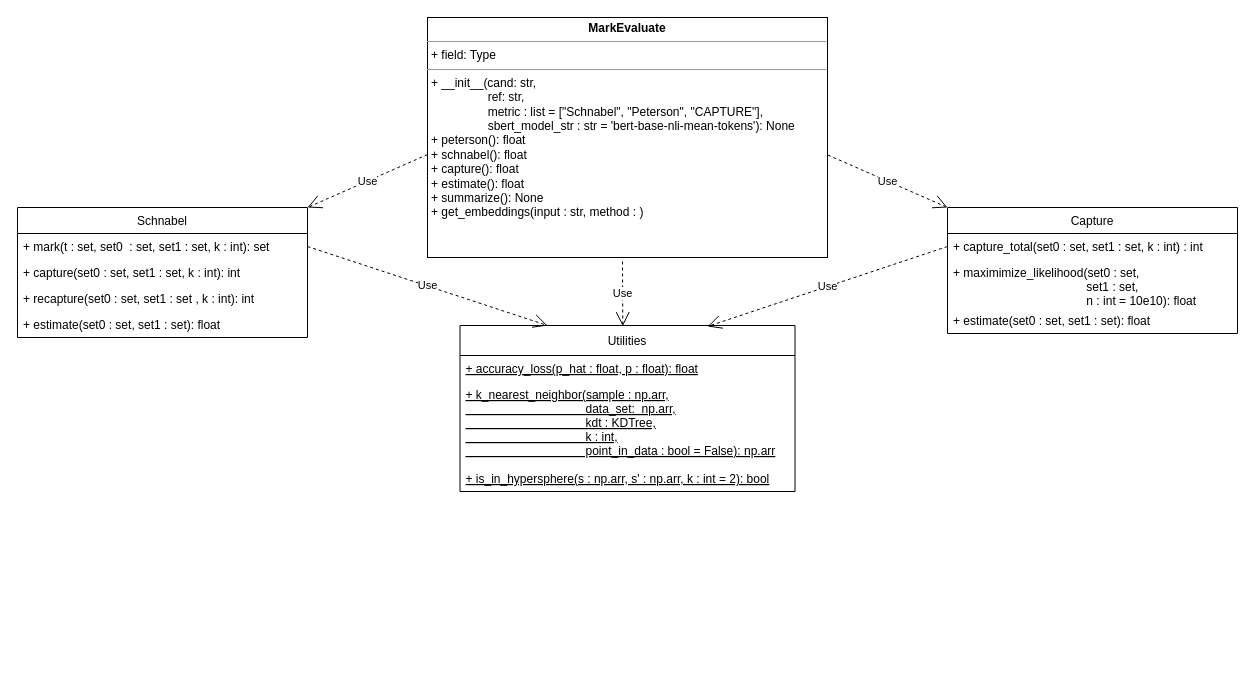
This is MarkEvaluate.drawio from LazerLambda/ME, a draw.io file, before an edit. Source tidied: cells renumbered, new cells numbered last; positions are measured from the earlier drawing's top-left corner, leaving out a move shared by most shapes. Both pictures are drawn from the tidied source at 100%, with x=0, y=0 at pixel (17, 17).
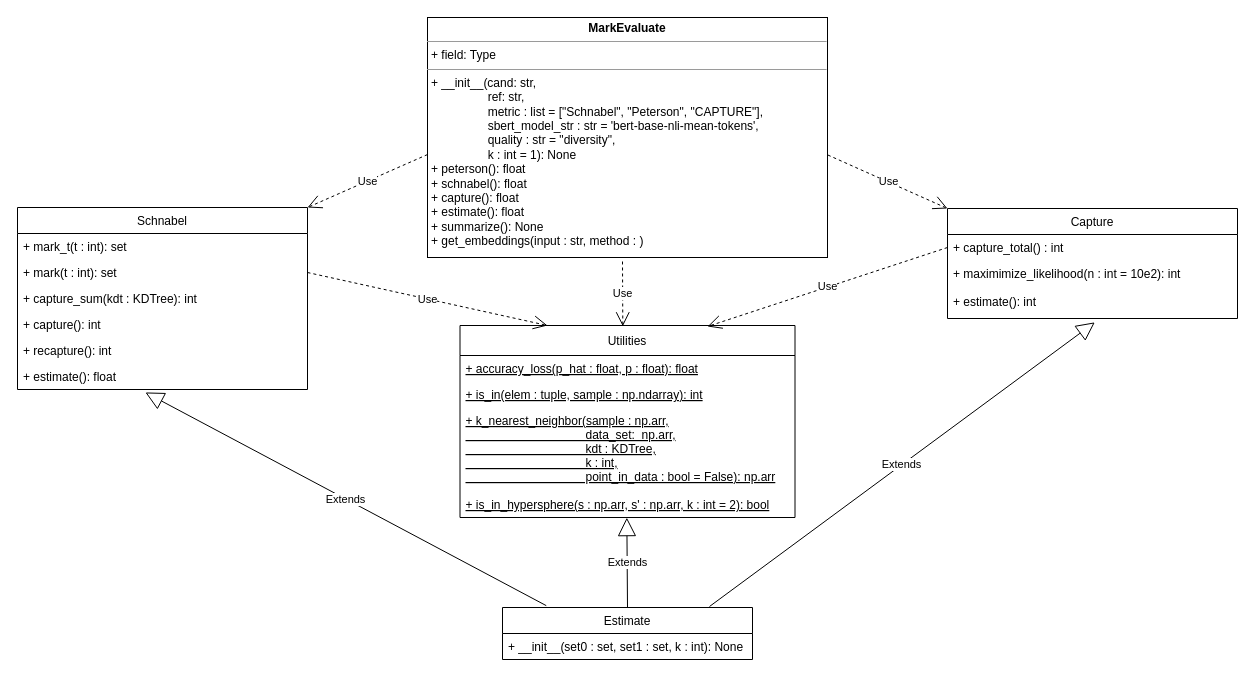
After the change.

Change to the diagram source:
```diff
@@
-    <mxCell id="3" value="&lt;p style=&quot;margin: 0px ; margin-top: 4px ; text-align: center&quot;&gt;&lt;b&gt;MarkEvaluate&lt;/b&gt;&lt;/p&gt;&lt;hr size=&quot;1&quot;&gt;&lt;p style=&quot;margin: 0px ; margin-left: 4px&quot;&gt;+ field: Type&lt;/p&gt;&lt;hr size=&quot;1&quot;&gt;&lt;p style=&quot;margin: 0px ; margin-left: 4px&quot;&gt;+ __init__(cand: str,&lt;/p&gt;&lt;p style=&quot;margin: 0px ; margin-left: 4px&quot;&gt;&amp;nbsp; &amp;nbsp; &amp;nbsp; &amp;nbsp; &amp;nbsp; &amp;nbsp; &amp;nbsp; &amp;nbsp; &amp;nbsp;ref: str,&lt;/p&gt;&lt;p style=&quot;margin: 0px ; margin-left: 4px&quot;&gt;&amp;nbsp; &amp;nbsp; &amp;nbsp; &amp;nbsp; &amp;nbsp; &amp;nbsp; &amp;nbsp; &amp;nbsp; &amp;nbsp;metric : list = [&quot;Schnabel&quot;, &quot;Peterson&quot;, &quot;CAPTURE&quot;],&lt;/p&gt;&lt;p style=&quot;margin: 0px ; margin-left: 4px&quot;&gt;&amp;nbsp; &amp;nbsp; &amp;nbsp; &amp;nbsp; &amp;nbsp; &amp;nbsp; &amp;nbsp; &amp;nbsp; &amp;nbsp;sbert_model_str : str = 'bert-base-nli-mean-tokens'&lt;span&gt;): None&lt;/span&gt;&lt;/p&gt;&lt;p style=&quot;margin: 0px ; margin-left: 4px&quot;&gt;+ peterson(): float&lt;/p&gt;&lt;p style=&quot;margin: 0px ; margin-left: 4px&quot;&gt;+ schnabel(): float&lt;/p&gt;&lt;p style=&quot;margin: 0px ; margin-left: 4px&quot;&gt;+ capture(): float&lt;/p&gt;&lt;p style=&quot;margin: 0px ; margin-left: 4px&quot;&gt;+ estimate(): float&lt;/p&gt;&lt;p style=&quot;margin: 0px ; margin-left: 4px&quot;&gt;+ summarize(): None&lt;/p&gt;&lt;p style=&quot;margin: 0px ; margin-left: 4px&quot;&gt;+ get_embeddings(input : str, method : )&lt;br&gt;&lt;/p&gt;&lt;p style=&quot;margin: 0px ; margin-left: 4px&quot;&gt;&lt;br&gt;&lt;/p&gt;" style="verticalAlign=top;align=left;overflow=fill;fontSize=12;fontFamily=Helvetica;html=1;" parent="1" vertex="1">
+    <mxCell id="3" value="&lt;p style=&quot;margin: 0px ; margin-top: 4px ; text-align: center&quot;&gt;&lt;b&gt;MarkEvaluate&lt;/b&gt;&lt;/p&gt;&lt;hr size=&quot;1&quot;&gt;&lt;p style=&quot;margin: 0px ; margin-left: 4px&quot;&gt;+ field: Type&lt;/p&gt;&lt;hr size=&quot;1&quot;&gt;&lt;p style=&quot;margin: 0px ; margin-left: 4px&quot;&gt;+ __init__(cand: str,&lt;/p&gt;&lt;p style=&quot;margin: 0px ; margin-left: 4px&quot;&gt;&amp;nbsp; &amp;nbsp; &amp;nbsp; &amp;nbsp; &amp;nbsp; &amp;nbsp; &amp;nbsp; &amp;nbsp; &amp;nbsp;ref: str,&lt;/p&gt;&lt;p style=&quot;margin: 0px ; margin-left: 4px&quot;&gt;&amp;nbsp; &amp;nbsp; &amp;nbsp; &amp;nbsp; &amp;nbsp; &amp;nbsp; &amp;nbsp; &amp;nbsp; &amp;nbsp;metric : list = [&quot;Schnabel&quot;, &quot;Peterson&quot;, &quot;CAPTURE&quot;],&lt;/p&gt;&lt;p style=&quot;margin: 0px ; margin-left: 4px&quot;&gt;&amp;nbsp; &amp;nbsp; &amp;nbsp; &amp;nbsp; &amp;nbsp; &amp;nbsp; &amp;nbsp; &amp;nbsp; &amp;nbsp;sbert_model_str : str = 'bert-base-nli-mean-tokens',&lt;/p&gt;&lt;p style=&quot;margin: 0px ; margin-left: 4px&quot;&gt;&lt;span&gt;&amp;nbsp; &amp;nbsp; &amp;nbsp; &amp;nbsp; &amp;nbsp; &amp;nbsp; &amp;nbsp; &amp;nbsp; &amp;nbsp;quality : str = &quot;diversity&quot;,&lt;/span&gt;&lt;/p&gt;&lt;p style=&quot;margin: 0px ; margin-left: 4px&quot;&gt;&lt;span&gt;&amp;nbsp; &amp;nbsp; &amp;nbsp; &amp;nbsp; &amp;nbsp; &amp;nbsp; &amp;nbsp; &amp;nbsp; &amp;nbsp;k : int = 1): None&lt;/span&gt;&lt;/p&gt;&lt;p style=&quot;margin: 0px ; margin-left: 4px&quot;&gt;+ peterson(): float&lt;/p&gt;&lt;p style=&quot;margin: 0px ; margin-left: 4px&quot;&gt;+ schnabel(): float&lt;/p&gt;&lt;p style=&quot;margin: 0px ; margin-left: 4px&quot;&gt;+ capture(): float&lt;/p&gt;&lt;p style=&quot;margin: 0px ; margin-left: 4px&quot;&gt;+ estimate(): float&lt;/p&gt;&lt;p style=&quot;margin: 0px ; margin-left: 4px&quot;&gt;+ summarize(): None&lt;/p&gt;&lt;p style=&quot;margin: 0px ; margin-left: 4px&quot;&gt;+ get_embeddings(input : str, method : )&lt;br&gt;&lt;/p&gt;&lt;p style=&quot;margin: 0px ; margin-left: 4px&quot;&gt;&lt;br&gt;&lt;/p&gt;" style="verticalAlign=top;align=left;overflow=fill;fontSize=12;fontFamily=Helvetica;html=1;" parent="1" vertex="1">
       <mxGeometry x="410" width="400" height="240" as="geometry" />
     </mxCell>
     <mxCell id="4" value="Utilities" style="swimlane;fontStyle=0;horizontal=1;startSize=30;" parent="1" vertex="1">
-      <mxGeometry x="442.5" y="308" width="335" height="166" as="geometry" />
+      <mxGeometry x="442.5" y="308" width="335" height="192" as="geometry" />
     </mxCell>
@@
+    <mxCell id="22" value="+ is_in(elem : tuple, sample : np.ndarray): int" style="text;strokeColor=none;fillColor=none;align=left;verticalAlign=top;spacingLeft=4;spacingRight=4;overflow=hidden;fontStyle=4;" parent="4" vertex="1">
+      <mxGeometry y="56" width="335" height="26" as="geometry" />
+    </mxCell>
     <mxCell id="6" value="+ k_nearest_neighbor(sample : np.arr,&#10;                                    data_set:  np.arr,&#10;                                    kdt : KDTree,&#10;                                    k : int,&#10;                                    point_in_data : bool = False): np.arr&#10;" style="text;strokeColor=none;fillColor=none;align=left;verticalAlign=top;spacingLeft=4;spacingRight=4;overflow=hidden;fontStyle=4;" parent="4" vertex="1">
-      <mxGeometry y="56" width="335" height="84" as="geometry" />
+      <mxGeometry y="82" width="335" height="84" as="geometry" />
     </mxCell>
     <mxCell id="7" value="+ is_in_hypersphere(s : np.arr, s' : np.arr, k : int = 2): bool" style="text;strokeColor=none;fillColor=none;align=left;verticalAlign=top;spacingLeft=4;spacingRight=4;overflow=hidden;points=[[0,0.5],[1,0.5]];portConstraint=eastwest;fontStyle=4;" parent="4" vertex="1">
-      <mxGeometry y="140" width="335" height="26" as="geometry" />
+      <mxGeometry y="166" width="335" height="26" as="geometry" />
     </mxCell>
@@
     <mxCell id="9" value="Schnabel" style="swimlane;fontStyle=0;horizontal=1;startSize=26;" parent="1" vertex="1">
-      <mxGeometry y="190" width="290" height="130" as="geometry" />
+      <mxGeometry y="190" width="290" height="182" as="geometry" />
     </mxCell>
+    <mxCell id="23" value="+ mark_t(t : int): set" style="text;strokeColor=none;fillColor=none;align=left;verticalAlign=top;spacingLeft=4;spacingRight=4;overflow=hidden;" parent="9" vertex="1">
+      <mxGeometry y="26" width="290" height="26" as="geometry" />
+    </mxCell>
-    <mxCell id="10" value="+ mark(t : set, set0  : set, set1 : set, k : int): set" style="text;strokeColor=none;fillColor=none;align=left;verticalAlign=top;spacingLeft=4;spacingRight=4;overflow=hidden;points=[[0,0.5],[1,0.5]];portConstraint=eastwest;" parent="9" vertex="1">
-      <mxGeometry y="26" width="290" height="26" as="geometry" />
+    <mxCell id="10" value="+ mark(t : int): set" style="text;strokeColor=none;fillColor=none;align=left;verticalAlign=top;spacingLeft=4;spacingRight=4;overflow=hidden;points=[[0,0.5],[1,0.5]];portConstraint=eastwest;" parent="9" vertex="1">
+      <mxGeometry y="52" width="290" height="26" as="geometry" />
     </mxCell>
+    <mxCell id="24" value="+ capture_sum(kdt : KDTree): int" style="text;strokeColor=none;fillColor=none;align=left;verticalAlign=top;spacingLeft=4;spacingRight=4;overflow=hidden;" parent="9" vertex="1">
+      <mxGeometry y="78" width="290" height="26" as="geometry" />
+    </mxCell>
-    <mxCell id="11" value="+ capture(set0 : set, set1 : set, k : int): int" style="text;strokeColor=none;fillColor=none;align=left;verticalAlign=top;spacingLeft=4;spacingRight=4;overflow=hidden;" parent="9" vertex="1">
-      <mxGeometry y="52" width="290" height="26" as="geometry" />
+    <mxCell id="11" value="+ capture(): int" style="text;strokeColor=none;fillColor=none;align=left;verticalAlign=top;spacingLeft=4;spacingRight=4;overflow=hidden;" parent="9" vertex="1">
+      <mxGeometry y="104" width="290" height="26" as="geometry" />
     </mxCell>
-    <mxCell id="12" value="+ recapture(set0 : set, set1 : set , k : int): int" style="text;strokeColor=none;fillColor=none;align=left;verticalAlign=top;spacingLeft=4;spacingRight=4;overflow=hidden;" parent="9" vertex="1">
-      <mxGeometry y="78" width="290" height="26" as="geometry" />
+    <mxCell id="12" value="+ recapture(): int" style="text;strokeColor=none;fillColor=none;align=left;verticalAlign=top;spacingLeft=4;spacingRight=4;overflow=hidden;" parent="9" vertex="1">
+      <mxGeometry y="130" width="290" height="26" as="geometry" />
     </mxCell>
-    <mxCell id="13" value="+ estimate(set0 : set, set1 : set): float" style="text;strokeColor=none;fillColor=none;align=left;verticalAlign=top;spacingLeft=4;spacingRight=4;overflow=hidden;points=[[0,0.5],[1,0.5]];portConstraint=eastwest;" parent="9" vertex="1">
-      <mxGeometry y="104" width="290" height="26" as="geometry" />
+    <mxCell id="13" value="+ estimate(): float" style="text;strokeColor=none;fillColor=none;align=left;verticalAlign=top;spacingLeft=4;spacingRight=4;overflow=hidden;points=[[0,0.5],[1,0.5]];portConstraint=eastwest;" parent="9" vertex="1">
+      <mxGeometry y="156" width="290" height="26" as="geometry" />
     </mxCell>
@@
     <mxCell id="16" value="Capture" style="swimlane;fontStyle=0;horizontal=1;startSize=26;" parent="1" vertex="1">
-      <mxGeometry x="930" y="190" width="290" height="126" as="geometry" />
+      <mxGeometry x="930" y="191" width="290" height="110" as="geometry" />
     </mxCell>
-    <mxCell id="17" value="+ capture_total(set0 : set, set1 : set, k : int) : int" style="text;strokeColor=none;fillColor=none;align=left;verticalAlign=top;spacingLeft=4;spacingRight=4;overflow=hidden;points=[[0,0.5],[1,0.5]];portConstraint=eastwest;" parent="16" vertex="1">
+    <mxCell id="17" value="+ capture_total() : int" style="text;strokeColor=none;fillColor=none;align=left;verticalAlign=top;spacingLeft=4;spacingRight=4;overflow=hidden;points=[[0,0.5],[1,0.5]];portConstraint=eastwest;" parent="16" vertex="1">
       <mxGeometry y="26" width="290" height="26" as="geometry" />
     </mxCell>
-    <mxCell id="18" value="+ maximimize_likelihood(set0 : set,&#10;                                        set1 : set,&#10;                                        n : int = 10e10): float&#10;" style="text;strokeColor=none;fillColor=none;align=left;verticalAlign=top;spacingLeft=4;spacingRight=4;overflow=hidden;" parent="16" vertex="1">
-      <mxGeometry y="52" width="290" height="48" as="geometry" />
+    <mxCell id="18" value="+ maximimize_likelihood(n : int = 10e2): int" style="text;strokeColor=none;fillColor=none;align=left;verticalAlign=top;spacingLeft=4;spacingRight=4;overflow=hidden;" parent="16" vertex="1">
+      <mxGeometry y="52" width="290" height="28" as="geometry" />
     </mxCell>
-    <mxCell id="19" value="+ estimate(set0 : set, set1 : set): float" style="text;strokeColor=none;fillColor=none;align=left;verticalAlign=top;spacingLeft=4;spacingRight=4;overflow=hidden;points=[[0,0.5],[1,0.5]];portConstraint=eastwest;" parent="16" vertex="1">
-      <mxGeometry y="100" width="290" height="26" as="geometry" />
+    <mxCell id="19" value="+ estimate(): int" style="text;strokeColor=none;fillColor=none;align=left;verticalAlign=top;spacingLeft=4;spacingRight=4;overflow=hidden;points=[[0,0.5],[1,0.5]];portConstraint=eastwest;" parent="16" vertex="1">
+      <mxGeometry y="80" width="290" height="30" as="geometry" />
     </mxCell>
@@
+    <mxCell id="25" value="Estimate" style="swimlane;fontStyle=0;horizontal=1;startSize=26;fillColor=none;" parent="1" vertex="1">
+      <mxGeometry x="485" y="590" width="250" height="52" as="geometry" />
+    </mxCell>
+    <mxCell id="26" value="+ __init__(set0 : set, set1 : set, k : int): None" style="text;strokeColor=none;fillColor=none;align=left;verticalAlign=top;spacingLeft=4;spacingRight=4;overflow=hidden;" parent="25" vertex="1">
+      <mxGeometry y="26" width="250" height="26" as="geometry" />
+    </mxCell>
+    <mxCell id="27" value="Extends" style="endArrow=block;endSize=16;endFill=0;html=1;exitX=0.5;exitY=0;exitDx=0;exitDy=0;entryX=0.498;entryY=1.005;entryDx=0;entryDy=0;entryPerimeter=0;" parent="1" edge="1" source="25" target="7">
+      <mxGeometry relative="1" as="geometry" />
+    </mxCell>
+    <mxCell id="28" value="Extends" style="endArrow=block;endSize=16;endFill=0;html=1;entryX=0.441;entryY=1.113;entryDx=0;entryDy=0;entryPerimeter=0;exitX=0.175;exitY=-0.036;exitDx=0;exitDy=0;exitPerimeter=0;" parent="1" edge="1" source="25" target="13">
+      <mxGeometry relative="1" as="geometry" />
+    </mxCell>
+    <mxCell id="29" value="Extends" style="endArrow=block;endSize=16;endFill=0;html=1;entryX=0.508;entryY=1.128;entryDx=0;entryDy=0;entryPerimeter=0;" parent="1" edge="1" target="19">
+      <mxGeometry relative="1" as="geometry">
+        <mxPoint x="692" y="589" as="sourcePoint" />
+      </mxGeometry>
+    </mxCell>
```
